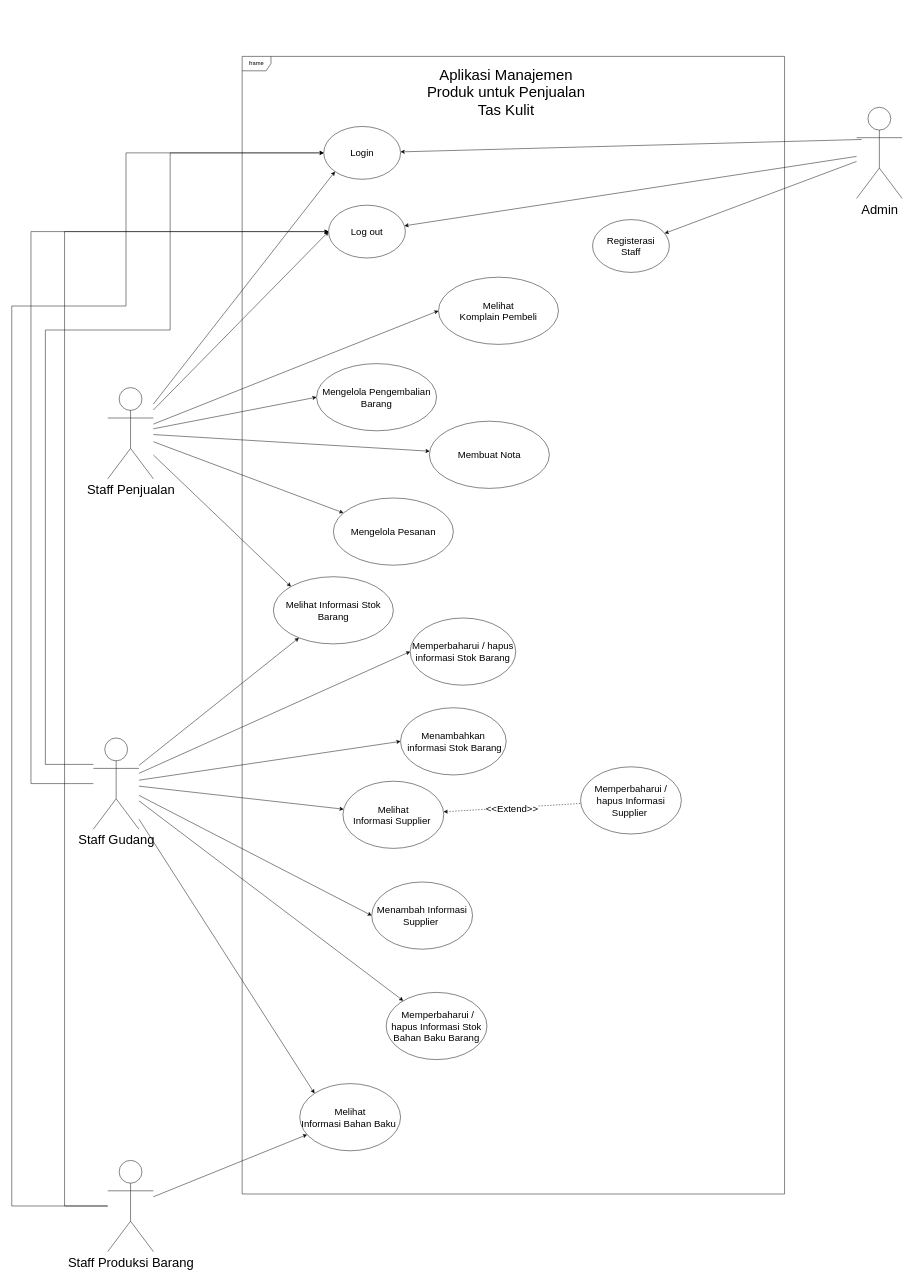
Above: diagram hungkul/Diagram Use Case MASTER PISAN.drawio in AriqFaridzki/SE-UTS-2023 (draw.io), before the change. Source tidied: cells renumbered, new cells numbered last; positions are measured from the earlier drawing's top-left corner, leaving out a move shared by most shapes. Both pictures are drawn from the tidied source at 48%, with x=0, y=0 at pixel (12, 56).
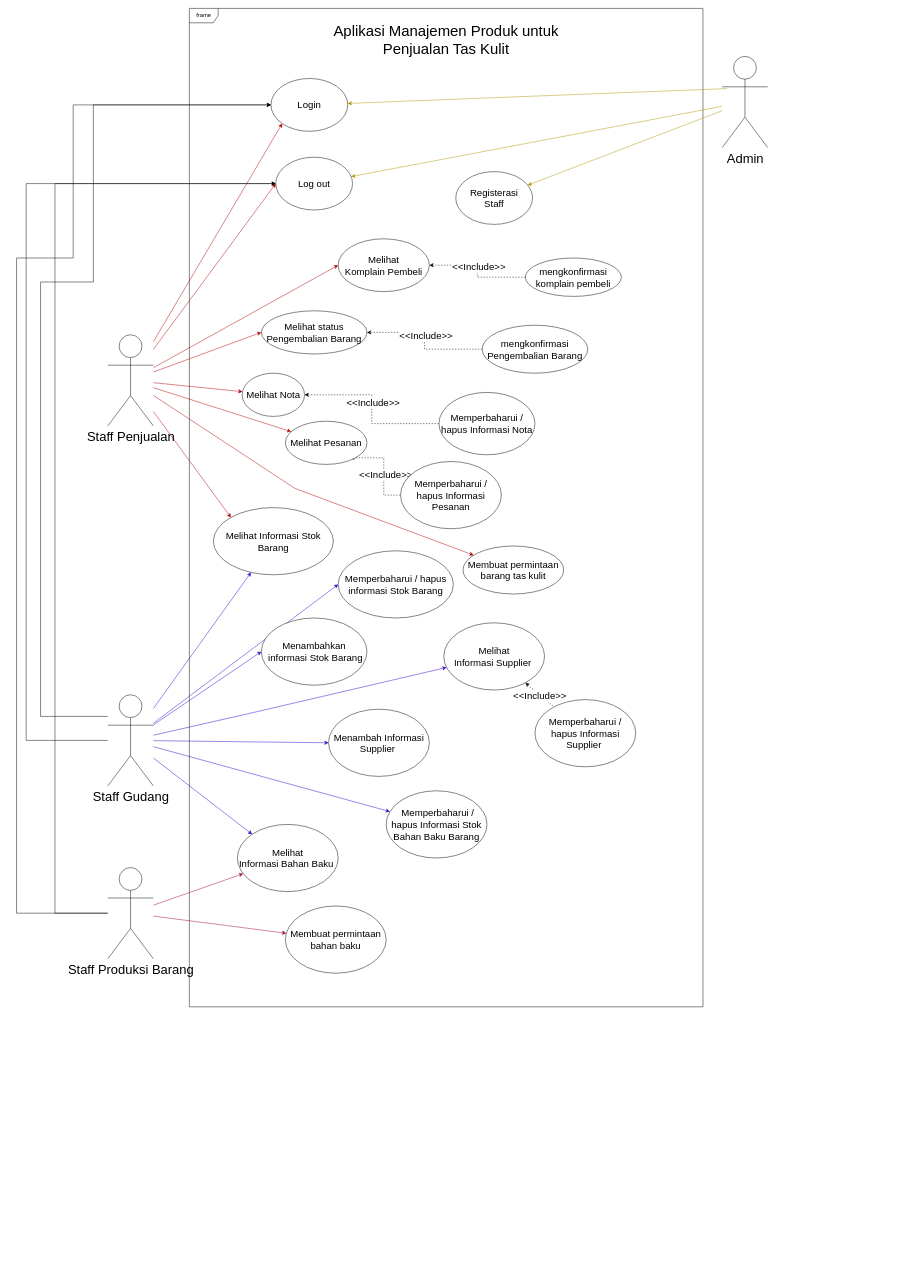
The same page after the edit.

What changed in the source:
```diff
@@
-    <mxCell id="2" style="rounded=0;jettySize=auto;html=1;" parent="1" edge="1" source="11" target="32">
-      <mxGeometry relative="1" as="geometry" />
+    <mxCell id="2" style="rounded=0;jettySize=auto;html=1;fillColor=#6a00ff;strokeColor=#3700CC;" parent="1" edge="1" source="11" target="32">
+      <mxGeometry relative="1" as="geometry">
+        <Array as="points">
+          <mxPoint x="490" y="1370" />
+        </Array>
+      </mxGeometry>
     </mxCell>
-    <mxCell id="3" style="rounded=0;jettySize=auto;html=1;entryX=0;entryY=0.5;entryDx=0;entryDy=0;" parent="1" edge="1" source="11" target="33">
+    <mxCell id="3" style="rounded=0;jettySize=auto;html=1;entryX=0;entryY=0.5;entryDx=0;entryDy=0;fillColor=#6a00ff;strokeColor=#3700CC;" parent="1" edge="1" source="11" target="33">
       <mxGeometry relative="1" as="geometry" />
     </mxCell>
-    <mxCell id="4" style="edgeStyle=none;rounded=0;jettySize=auto;html=1;" parent="1" edge="1" source="11" target="34">
+    <mxCell id="4" style="edgeStyle=none;rounded=0;jettySize=auto;html=1;fillColor=#6a00ff;strokeColor=#3700CC;" parent="1" edge="1" source="11" target="34">
       <mxGeometry relative="1" as="geometry" />
     </mxCell>
-    <mxCell id="5" style="edgeStyle=none;rounded=0;jettySize=auto;html=1;entryX=0;entryY=0;entryDx=0;entryDy=0;" parent="1" edge="1" source="11" target="35">
+    <mxCell id="5" style="edgeStyle=none;rounded=0;jettySize=auto;html=1;entryX=0;entryY=0;entryDx=0;entryDy=0;fillColor=#6a00ff;strokeColor=#3700CC;" parent="1" edge="1" source="11" target="35">
       <mxGeometry relative="1" as="geometry" />
     </mxCell>
     <mxCell id="6" style="edgeStyle=orthogonalEdgeStyle;rounded=0;jettySize=auto;html=1;" parent="1" edge="1" source="11" target="13">
       <mxGeometry relative="1" as="geometry">
         <Array as="points">
-          <mxPoint x="70" y="1475" />
-          <mxPoint x="70" y="570" />
-          <mxPoint x="330" y="570" />
-          <mxPoint x="330" y="201" />
+          <mxPoint x="60" y="1375" />
+          <mxPoint x="60" y="470" />
+          <mxPoint x="170" y="470" />
+          <mxPoint x="170" y="101" />
         </Array>
       </mxGeometry>
     </mxCell>
-    <mxCell id="7" style="edgeStyle=none;rounded=0;jettySize=auto;html=1;entryX=0;entryY=0.5;entryDx=0;entryDy=0;" parent="1" edge="1" source="11" target="39">
+    <mxCell id="7" style="edgeStyle=none;rounded=0;jettySize=auto;html=1;entryX=0;entryY=0.5;entryDx=0;entryDy=0;fillColor=#6a00ff;strokeColor=#3700CC;" parent="1" edge="1" source="11" target="39">
       <mxGeometry relative="1" as="geometry" />
     </mxCell>
     <mxCell id="8" style="edgeStyle=elbowEdgeStyle;rounded=0;jettySize=auto;html=1;" parent="1" edge="1" source="11" target="45">
       <mxGeometry relative="1" as="geometry">
         <Array as="points">
-          <mxPoint x="40" y="940" />
+          <mxPoint x="30" y="860" />
         </Array>
       </mxGeometry>
     </mxCell>
-    <mxCell id="9" style="rounded=0;jettySize=auto;html=1;" parent="1" edge="1" source="11" target="29">
+    <mxCell id="9" style="rounded=0;jettySize=auto;html=1;fillColor=#6a00ff;strokeColor=#3700CC;" parent="1" edge="1" source="11" target="29">
       <mxGeometry relative="1" as="geometry" />
     </mxCell>
-    <mxCell id="10" style="rounded=0;jettySize=auto;html=1;entryX=0;entryY=0.5;entryDx=0;entryDy=0;" parent="1" edge="1" source="11" target="27">
+    <mxCell id="10" style="rounded=0;jettySize=auto;html=1;entryX=0;entryY=0.5;entryDx=0;entryDy=0;fillColor=#6a00ff;strokeColor=#3700CC;" parent="1" edge="1" source="11" target="27">
       <mxGeometry relative="1" as="geometry" />
     </mxCell>
     <mxCell id="11" value="Staff Gudang" style="shape=umlActor;verticalLabelPosition=bottom;verticalAlign=top;html=1;fontSize=27;" parent="1" vertex="1">
-      <mxGeometry x="170" y="1420" width="95" height="190" as="geometry" />
+      <mxGeometry x="200" y="1330" width="95" height="190" as="geometry" />
     </mxCell>
     <mxCell id="12" value="frame" style="shape=umlFrame;whiteSpace=wrap;html=1;" parent="1" vertex="1">
-      <mxGeometry x="480" width="1130" height="2370" as="geometry" />
+      <mxGeometry x="370" y="-100" width="1070" height="2080" as="geometry" />
     </mxCell>
     <mxCell id="13" value="Login" style="ellipse;whiteSpace=wrap;html=1;fontSize=20;" parent="1" vertex="1">
-      <mxGeometry x="650" y="146" width="160" height="110" as="geometry" />
+      <mxGeometry x="540" y="46" width="160" height="110" as="geometry" />
     </mxCell>
-    <mxCell id="14" style="edgeStyle=orthogonalEdgeStyle;rounded=0;orthogonalLoop=1;jettySize=auto;html=1;exitX=0.5;exitY=1;exitDx=0;exitDy=0;" parent="1" edge="1">
-      <mxGeometry relative="1" as="geometry">
-        <mxPoint x="770" y="1543" as="sourcePoint" />
-        <mxPoint x="770" y="1543" as="targetPoint" />
-      </mxGeometry>
-    </mxCell>
-    <mxCell id="15" style="edgeStyle=none;rounded=0;jettySize=auto;html=1;entryX=0;entryY=1;entryDx=0;entryDy=0;" parent="1" edge="1" source="22" target="13">
+    <mxCell id="15" style="edgeStyle=none;rounded=0;jettySize=auto;html=1;entryX=0;entryY=1;entryDx=0;entryDy=0;fillColor=#e51400;strokeColor=#B20000;" parent="1" edge="1" source="22" target="13">
       <mxGeometry relative="1" as="geometry" />
     </mxCell>
-    <mxCell id="16" style="edgeStyle=none;rounded=0;jettySize=auto;html=1;entryX=0;entryY=0;entryDx=0;entryDy=0;" parent="1" edge="1" source="22" target="34">
+    <mxCell id="16" style="edgeStyle=none;rounded=0;jettySize=auto;html=1;entryX=0;entryY=0;entryDx=0;entryDy=0;fillColor=#e51400;strokeColor=#B20000;" parent="1" edge="1" source="22" target="34">
       <mxGeometry relative="1" as="geometry" />
     </mxCell>
-    <mxCell id="17" style="edgeStyle=none;rounded=0;jettySize=auto;html=1;entryX=0;entryY=0.5;entryDx=0;entryDy=0;" parent="1" edge="1" source="22" target="43">
+    <mxCell id="17" style="edgeStyle=none;rounded=0;jettySize=auto;html=1;entryX=0;entryY=0.5;entryDx=0;entryDy=0;fillColor=#e51400;strokeColor=#B20000;" parent="1" edge="1" source="22" target="43">
       <mxGeometry relative="1" as="geometry" />
     </mxCell>
-    <mxCell id="18" style="edgeStyle=none;rounded=0;jettySize=auto;html=1;entryX=0;entryY=0.5;entryDx=0;entryDy=0;" parent="1" edge="1" source="22" target="42">
+    <mxCell id="18" style="edgeStyle=none;rounded=0;jettySize=auto;html=1;entryX=0;entryY=0.5;entryDx=0;entryDy=0;fillColor=#e51400;strokeColor=#B20000;" parent="1" edge="1" source="22" target="42">
       <mxGeometry relative="1" as="geometry" />
     </mxCell>
-    <mxCell id="19" style="edgeStyle=none;rounded=0;jettySize=auto;html=1;" parent="1" edge="1" source="22" target="41">
+    <mxCell id="19" style="edgeStyle=none;rounded=0;jettySize=auto;html=1;fillColor=#e51400;strokeColor=#B20000;" parent="1" edge="1" source="22" target="41">
       <mxGeometry relative="1" as="geometry" />
     </mxCell>
-    <mxCell id="20" style="edgeStyle=none;rounded=0;jettySize=auto;html=1;" parent="1" edge="1" source="22" target="40">
+    <mxCell id="20" style="edgeStyle=none;rounded=0;jettySize=auto;html=1;fillColor=#e51400;strokeColor=#B20000;" parent="1" edge="1" source="22" target="40">
       <mxGeometry relative="1" as="geometry" />
     </mxCell>
-    <mxCell id="21" style="edgeStyle=none;rounded=0;jettySize=auto;html=1;entryX=0;entryY=0.5;entryDx=0;entryDy=0;" parent="1" edge="1" source="22" target="45">
+    <mxCell id="21" style="edgeStyle=none;rounded=0;jettySize=auto;html=1;entryX=0;entryY=0.5;entryDx=0;entryDy=0;fillColor=#e51400;strokeColor=#B20000;" parent="1" edge="1" source="22" target="45">
       <mxGeometry relative="1" as="geometry" />
     </mxCell>
     <mxCell id="22" value="Staff Penjualan" style="shape=umlActor;verticalLabelPosition=bottom;verticalAlign=top;html=1;fontSize=27;" parent="1" vertex="1">
-      <mxGeometry x="200" y="690" width="95" height="190" as="geometry" />
+      <mxGeometry x="200" y="580" width="95" height="190" as="geometry" />
     </mxCell>
     <mxCell id="23" style="edgeStyle=orthogonalEdgeStyle;rounded=0;jettySize=auto;html=1;" parent="1" edge="1" source="26" target="13">
       <mxGeometry relative="1" as="geometry">
         <Array as="points">
-          <mxPoint y="2395" />
-          <mxPoint y="520" />
-          <mxPoint x="238" y="520" />
-          <mxPoint x="238" y="201" />
+          <mxPoint x="10" y="1785" />
+          <mxPoint x="10" y="420" />
+          <mxPoint x="128" y="420" />
+          <mxPoint x="128" y="101" />
         </Array>
       </mxGeometry>
     </mxCell>
-    <mxCell id="24" style="edgeStyle=none;rounded=0;jettySize=auto;html=1;" parent="1" edge="1" source="26" target="35">
+    <mxCell id="24" style="edgeStyle=none;rounded=0;jettySize=auto;html=1;fillColor=#d80073;strokeColor=#A50040;" parent="1" edge="1" source="26" target="35">
       <mxGeometry relative="1" as="geometry" />
     </mxCell>
     <mxCell id="25" style="edgeStyle=elbowEdgeStyle;rounded=0;jettySize=auto;html=1;" parent="1" edge="1" source="26" target="45">
       <mxGeometry relative="1" as="geometry">
         <Array as="points">
-          <mxPoint x="110" y="980" />
+          <mxPoint x="90" y="1030" />
         </Array>
       </mxGeometry>
     </mxCell>
     <mxCell id="26" value="Staff Produksi Barang" style="shape=umlActor;verticalLabelPosition=bottom;verticalAlign=top;html=1;fontSize=27;" parent="1" vertex="1">
-      <mxGeometry x="200" y="2300" width="95" height="190" as="geometry" />
+      <mxGeometry x="200" y="1690" width="95" height="190" as="geometry" />
     </mxCell>
     <mxCell id="27" value="Memperbaharui&amp;nbsp;/ hapus informasi Stok Barang" style="ellipse;whiteSpace=wrap;html=1;fontSize=20;" parent="1" vertex="1">
-      <mxGeometry x="830" y="1170" width="220" height="140" as="geometry" />
+      <mxGeometry x="680" y="1030" width="240" height="140" as="geometry" />
     </mxCell>
     <mxCell id="28" value="Aplikasi Manajemen Produk untuk Penjualan Tas Kulit" style="text;html=1;strokeColor=none;fillColor=none;align=center;verticalAlign=middle;whiteSpace=wrap;rounded=0;fontSize=31;" parent="1" vertex="1">
-      <mxGeometry x="850" y="60" width="360" height="30" as="geometry" />
+      <mxGeometry x="640" y="-50" width="530" height="30" as="geometry" />
     </mxCell>
     <mxCell id="29" value="&amp;nbsp;Memperbaharui&amp;nbsp;/ hapus Informasi Stok Bahan Baku Barang" style="ellipse;whiteSpace=wrap;html=1;fontSize=20;" parent="1" vertex="1">
-      <mxGeometry x="780" y="1950" width="210" height="140" as="geometry" />
+      <mxGeometry x="780" y="1530" width="210" height="140" as="geometry" />
     </mxCell>
     <mxCell id="30" value="Memperbaharui / hapus Informasi Supplier&amp;nbsp;" style="ellipse;whiteSpace=wrap;html=1;fontSize=20;" parent="1" vertex="1">
-      <mxGeometry x="1185" y="1480" width="210" height="140" as="geometry" />
+      <mxGeometry x="1090" y="1340" width="210" height="140" as="geometry" />
     </mxCell>
-    <mxCell id="31" value="&lt;font style=&quot;font-size: 20px;&quot;&gt;&amp;lt;&amp;lt;Extend&amp;gt;&amp;gt;&lt;/font&gt;" style="edgeStyle=none;rounded=0;jettySize=auto;html=1;dashed=1;endArrow=none;endFill=0;startArrow=classic;startFill=1;" parent="1" edge="1" source="32" target="30">
+    <mxCell id="31" value="&lt;font style=&quot;font-size: 20px;&quot;&gt;&amp;lt;&amp;lt;Include&amp;gt;&amp;gt;&lt;/font&gt;" style="edgeStyle=none;rounded=0;jettySize=auto;html=1;dashed=1;endArrow=none;endFill=0;startArrow=classic;startFill=1;" parent="1" edge="1" source="32" target="30">
       <mxGeometry x="-0.01" y="-2" relative="1" as="geometry">
         <mxPoint x="1" as="offset" />
       </mxGeometry>
     </mxCell>
     <mxCell id="32" value="Melihat&lt;br&gt;Informasi Supplier&amp;nbsp;" style="ellipse;whiteSpace=wrap;html=1;fontSize=20;" parent="1" vertex="1">
-      <mxGeometry x="690" y="1510" width="210" height="140" as="geometry" />
+      <mxGeometry x="900" y="1180" width="210" height="140" as="geometry" />
     </mxCell>
-    <mxCell id="33" value="Menambah Informasi Supplier&amp;nbsp;" style="ellipse;whiteSpace=wrap;html=1;fontSize=20;" parent="1" vertex="1">
-      <mxGeometry x="750" y="1720" width="210" height="140" as="geometry" />
-    </mxCell>
     <mxCell id="34" value="Melihat Informasi Stok Barang" style="ellipse;whiteSpace=wrap;html=1;fontSize=20;" parent="1" vertex="1">
-      <mxGeometry x="545" y="1084" width="250" height="140" as="geometry" />
+      <mxGeometry x="420" y="940" width="250" height="140" as="geometry" />
     </mxCell>
     <mxCell id="35" value="Melihat&lt;br&gt;Informasi Bahan Baku&amp;nbsp;" style="ellipse;whiteSpace=wrap;html=1;fontSize=20;" parent="1" vertex="1">
-      <mxGeometry x="600" y="2140" width="210" height="140" as="geometry" />
+      <mxGeometry x="470" y="1600" width="210" height="140" as="geometry" />
     </mxCell>
-    <mxCell id="36" style="edgeStyle=none;rounded=0;jettySize=auto;html=1;" parent="1" edge="1" source="38" target="44">
+    <mxCell id="36" style="edgeStyle=none;rounded=0;jettySize=auto;html=1;fillColor=#e3c800;strokeColor=#B09500;" parent="1" edge="1" source="38" target="44">
       <mxGeometry relative="1" as="geometry" />
     </mxCell>
-    <mxCell id="37" style="rounded=0;jettySize=auto;html=1;" parent="1" edge="1" source="38" target="45">
+    <mxCell id="37" style="rounded=0;jettySize=auto;html=1;fillColor=#e3c800;strokeColor=#B09500;" parent="1" edge="1" source="38" target="45">
       <mxGeometry relative="1" as="geometry" />
     </mxCell>
     <mxCell id="38" value="Admin" style="shape=umlActor;verticalLabelPosition=bottom;verticalAlign=top;html=1;fontSize=27;" parent="1" vertex="1">
-      <mxGeometry x="1760" y="106" width="95" height="190" as="geometry" />
+      <mxGeometry x="1480" width="95" height="190" as="geometry" />
     </mxCell>
     <mxCell id="39" value="Menambahkan&lt;br&gt;&amp;nbsp;informasi Stok Barang" style="ellipse;whiteSpace=wrap;html=1;fontSize=20;" parent="1" vertex="1">
-      <mxGeometry x="810" y="1357" width="220" height="140" as="geometry" />
+      <mxGeometry x="520" y="1170" width="220" height="140" as="geometry" />
     </mxCell>
-    <mxCell id="40" value="Mengelola Pesanan" style="ellipse;whiteSpace=wrap;html=1;fontSize=20;" parent="1" vertex="1">
-      <mxGeometry x="670" y="920" width="250" height="140" as="geometry" />
-    </mxCell>
-    <mxCell id="41" value="Membuat Nota" style="ellipse;whiteSpace=wrap;html=1;fontSize=20;" parent="1" vertex="1">
-      <mxGeometry x="870" y="760" width="250" height="140" as="geometry" />
+    <mxCell id="41" value="Melihat Nota" style="ellipse;whiteSpace=wrap;html=1;fontSize=20;" parent="1" vertex="1">
+      <mxGeometry x="480" y="660" width="130" height="90" as="geometry" />
     </mxCell>
-    <mxCell id="42" value="Mengelola Pengembalian Barang" style="ellipse;whiteSpace=wrap;html=1;fontSize=20;" parent="1" vertex="1">
-      <mxGeometry x="635" y="640" width="250" height="140" as="geometry" />
+    <mxCell id="42" value="Melihat status Pengembalian Barang" style="ellipse;whiteSpace=wrap;html=1;fontSize=20;" parent="1" vertex="1">
+      <mxGeometry x="520" y="530" width="220" height="90" as="geometry" />
     </mxCell>
     <mxCell id="43" value="Melihat &lt;br&gt;Komplain Pembeli" style="ellipse;whiteSpace=wrap;html=1;fontSize=20;" parent="1" vertex="1">
-      <mxGeometry x="889" y="460" width="250" height="140" as="geometry" />
+      <mxGeometry x="680" y="380" width="190" height="110" as="geometry" />
     </mxCell>
     <mxCell id="44" value="Registerasi &lt;br&gt;Staff" style="ellipse;whiteSpace=wrap;html=1;fontSize=20;" parent="1" vertex="1">
-      <mxGeometry x="1210" y="340" width="160" height="110" as="geometry" />
+      <mxGeometry x="925" y="240" width="160" height="110" as="geometry" />
     </mxCell>
     <mxCell id="45" value="Log out" style="ellipse;whiteSpace=wrap;html=1;fontSize=20;" parent="1" vertex="1">
-      <mxGeometry x="660" y="310" width="160" height="110" as="geometry" />
+      <mxGeometry x="550" y="210" width="160" height="110" as="geometry" />
     </mxCell>
-    <mxCell id="46" style="edgeStyle=none;rounded=0;jettySize=auto;html=1;exitX=0.11;exitY=0.353;exitDx=0;exitDy=0;exitPerimeter=0;" parent="1" edge="1" source="38" target="13">
+    <mxCell id="46" style="edgeStyle=none;rounded=0;jettySize=auto;html=1;exitX=0.11;exitY=0.353;exitDx=0;exitDy=0;exitPerimeter=0;fillColor=#e3c800;strokeColor=#B09500;" parent="1" edge="1" source="38" target="13">
       <mxGeometry relative="1" as="geometry" />
     </mxCell>
+    <mxCell id="47" style="edgeStyle=orthogonalEdgeStyle;rounded=0;jettySize=auto;html=1;entryX=0.794;entryY=0.848;entryDx=0;entryDy=0;entryPerimeter=0;dashed=1;" parent="1" edge="1" source="49" target="40">
+      <mxGeometry relative="1" as="geometry" />
+    </mxCell>
+    <mxCell id="48" value="&amp;lt;&amp;lt;Include&amp;gt;&amp;gt;" style="edgeLabel;html=1;align=center;verticalAlign=middle;fontSize=20;" parent="47" vertex="1">
+      <mxGeometry x="0.09" y="-2" relative="1" as="geometry">
+        <mxPoint x="1" y="21" as="offset" />
+      </mxGeometry>
+    </mxCell>
+    <mxCell id="49" value="Memperbaharui / hapus Informasi Pesanan " style="ellipse;whiteSpace=wrap;html=1;fontSize=20;" parent="1" vertex="1">
+      <mxGeometry x="810" y="844" width="210" height="140" as="geometry" />
+    </mxCell>
+    <mxCell id="50" value="Memperbaharui / hapus Informasi Nota " style="ellipse;whiteSpace=wrap;html=1;fontSize=20;" parent="1" vertex="1">
+      <mxGeometry x="890" y="700" width="200" height="130" as="geometry" />
+    </mxCell>
+    <mxCell id="51" style="edgeStyle=orthogonalEdgeStyle;rounded=0;jettySize=auto;html=1;dashed=1;exitX=0;exitY=0.5;exitDx=0;exitDy=0;" parent="1" edge="1" source="50" target="41">
+      <mxGeometry relative="1" as="geometry" />
+    </mxCell>
+    <mxCell id="52" value="&amp;lt;&amp;lt;Include&amp;gt;&amp;gt;" style="edgeLabel;html=1;align=center;verticalAlign=middle;fontSize=20;" parent="51" vertex="1">
+      <mxGeometry x="0.09" y="-2" relative="1" as="geometry" />
+    </mxCell>
+    <mxCell id="53" value="mengkonfirmasi komplain pembeli" style="ellipse;whiteSpace=wrap;html=1;fontSize=20;" parent="1" vertex="1">
+      <mxGeometry x="1070" y="420" width="200" height="80" as="geometry" />
+    </mxCell>
+    <mxCell id="54" style="edgeStyle=orthogonalEdgeStyle;rounded=0;jettySize=auto;html=1;dashed=1;" parent="1" edge="1" source="53" target="43">
+      <mxGeometry relative="1" as="geometry" />
+    </mxCell>
+    <mxCell id="55" value="&amp;lt;&amp;lt;Include&amp;gt;&amp;gt;" style="edgeLabel;html=1;align=center;verticalAlign=middle;fontSize=20;" parent="54" vertex="1">
+      <mxGeometry x="0.09" y="-2" relative="1" as="geometry" />
+    </mxCell>
+    <mxCell id="56" value="mengkonfirmasi Pengembalian Barang" style="ellipse;whiteSpace=wrap;html=1;fontSize=20;" parent="1" vertex="1">
+      <mxGeometry x="980" y="560" width="220" height="100" as="geometry" />
+    </mxCell>
+    <mxCell id="57" style="edgeStyle=orthogonalEdgeStyle;rounded=0;jettySize=auto;html=1;dashed=1;" parent="1" edge="1" source="56" target="42">
+      <mxGeometry relative="1" as="geometry" />
+    </mxCell>
+    <mxCell id="58" value="&amp;lt;&amp;lt;Include&amp;gt;&amp;gt;" style="edgeLabel;html=1;align=center;verticalAlign=middle;fontSize=20;" parent="57" vertex="1">
+      <mxGeometry x="0.09" y="-2" relative="1" as="geometry" />
+    </mxCell>
+    <mxCell id="33" value="Menambah Informasi Supplier&amp;nbsp;" style="ellipse;whiteSpace=wrap;html=1;fontSize=20;" parent="1" vertex="1">
+      <mxGeometry x="660" y="1360" width="210" height="140" as="geometry" />
+    </mxCell>
+    <mxCell id="59" style="edgeStyle=orthogonalEdgeStyle;rounded=0;orthogonalLoop=1;jettySize=auto;html=1;exitX=0.5;exitY=1;exitDx=0;exitDy=0;" parent="1" edge="1" source="28" target="28">
+      <mxGeometry relative="1" as="geometry" />
+    </mxCell>
+    <mxCell id="60" value="Membuat permintaan bahan baku" style="ellipse;whiteSpace=wrap;html=1;fontSize=20;" parent="1" vertex="1">
+      <mxGeometry x="570" y="1770" width="210" height="140" as="geometry" />
+    </mxCell>
+    <mxCell id="61" style="edgeStyle=none;rounded=0;jettySize=auto;html=1;fillColor=#d80073;strokeColor=#A50040;" parent="1" edge="1" source="26" target="60">
+      <mxGeometry relative="1" as="geometry" />
+    </mxCell>
+    <mxCell id="62" value="&lt;div&gt;Membuat permintaan barang tas kulit&lt;/div&gt;" style="ellipse;whiteSpace=wrap;html=1;fontSize=20;" parent="1" vertex="1">
+      <mxGeometry x="940" y="1020" width="210" height="100" as="geometry" />
+    </mxCell>
+    <mxCell id="63" style="edgeStyle=none;rounded=0;jettySize=auto;html=1;fillColor=#e51400;strokeColor=#B20000;" parent="1" edge="1" source="22" target="62">
+      <mxGeometry relative="1" as="geometry">
+        <Array as="points">
+          <mxPoint x="590" y="900" />
+        </Array>
+      </mxGeometry>
+    </mxCell>
+    <mxCell id="40" value="Melihat Pesanan" style="ellipse;whiteSpace=wrap;html=1;fontSize=20;" parent="1" vertex="1">
+      <mxGeometry x="570" y="760" width="170" height="90" as="geometry" />
+    </mxCell>
```
